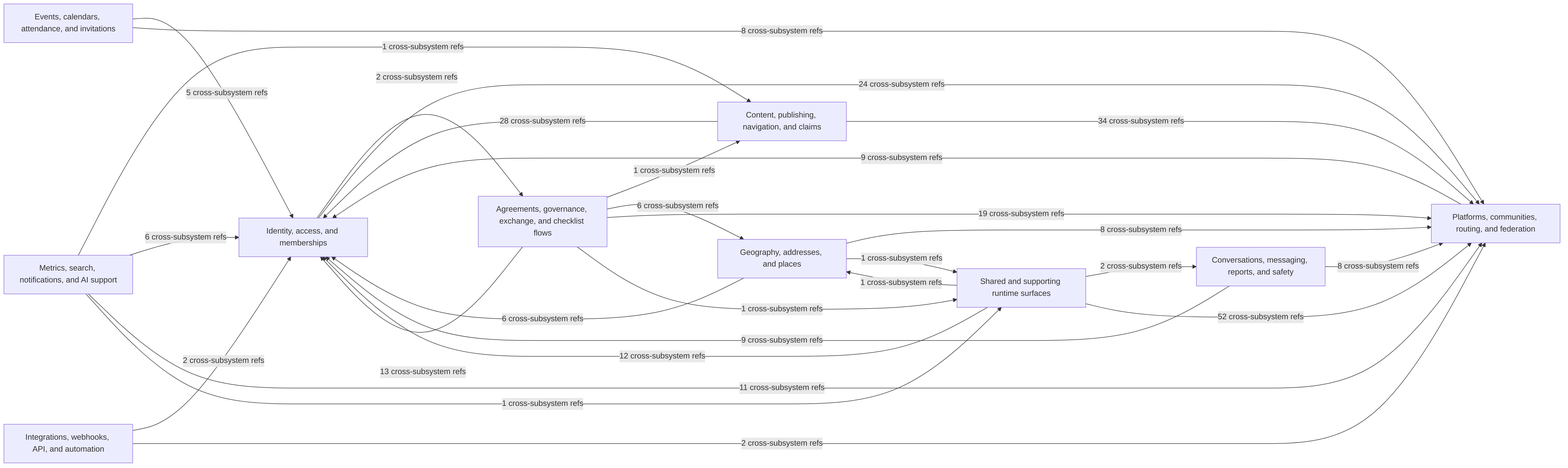
The Mermaid diagram docs/diagrams/exports/png/ce_subsystem_interaction_map.png in better-together-org/community-engine-rails, before a commit. Its source is kept beside it as docs/diagrams/source/ce_subsystem_interaction_map.mmd.
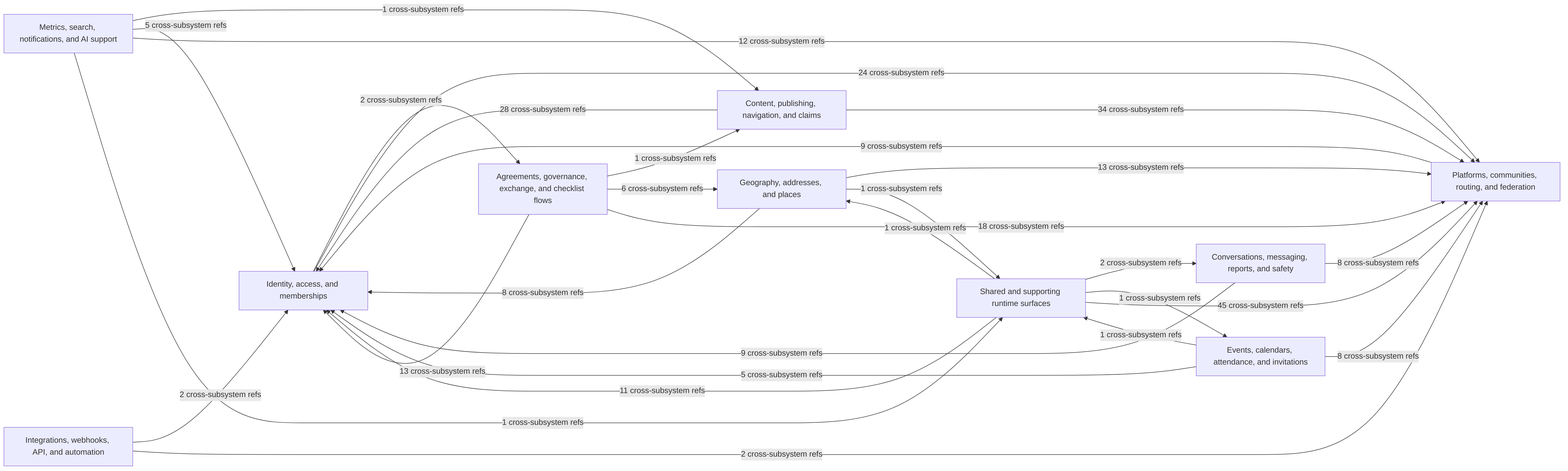
Later version of the same file.

Diff of the diagram source:
```diff
@@ -16,24 +16,25 @@
   conversations_safety -->|8 cross-subsystem refs| platform_network
   events_calendar -->|5 cross-subsystem refs| identity_access
   events_calendar -->|8 cross-subsystem refs| platform_network
+  events_calendar -->|1 cross-subsystem refs| shared_supporting
   exchange_governance -->|1 cross-subsystem refs| content_publishing
   exchange_governance -->|6 cross-subsystem refs| geography_and_places
   exchange_governance -->|13 cross-subsystem refs| identity_access
-  exchange_governance -->|19 cross-subsystem refs| platform_network
-  exchange_governance -->|1 cross-subsystem refs| shared_supporting
-  geography_and_places -->|6 cross-subsystem refs| identity_access
-  geography_and_places -->|8 cross-subsystem refs| platform_network
+  exchange_governance -->|18 cross-subsystem refs| platform_network
+  geography_and_places -->|8 cross-subsystem refs| identity_access
+  geography_and_places -->|13 cross-subsystem refs| platform_network
   geography_and_places -->|1 cross-subsystem refs| shared_supporting
   identity_access -->|2 cross-subsystem refs| exchange_governance
   identity_access -->|24 cross-subsystem refs| platform_network
   integrations_webhooks -->|2 cross-subsystem refs| identity_access
   integrations_webhooks -->|2 cross-subsystem refs| platform_network
   metrics_search_ai -->|1 cross-subsystem refs| content_publishing
-  metrics_search_ai -->|6 cross-subsystem refs| identity_access
-  metrics_search_ai -->|11 cross-subsystem refs| platform_network
+  metrics_search_ai -->|5 cross-subsystem refs| identity_access
+  metrics_search_ai -->|12 cross-subsystem refs| platform_network
   metrics_search_ai -->|1 cross-subsystem refs| shared_supporting
   platform_network -->|9 cross-subsystem refs| identity_access
   shared_supporting -->|2 cross-subsystem refs| conversations_safety
+  shared_supporting -->|1 cross-subsystem refs| events_calendar
   shared_supporting -->|1 cross-subsystem refs| geography_and_places
-  shared_supporting -->|12 cross-subsystem refs| identity_access
-  shared_supporting -->|52 cross-subsystem refs| platform_network
+  shared_supporting -->|11 cross-subsystem refs| identity_access
+  shared_supporting -->|45 cross-subsystem refs| platform_network
```
